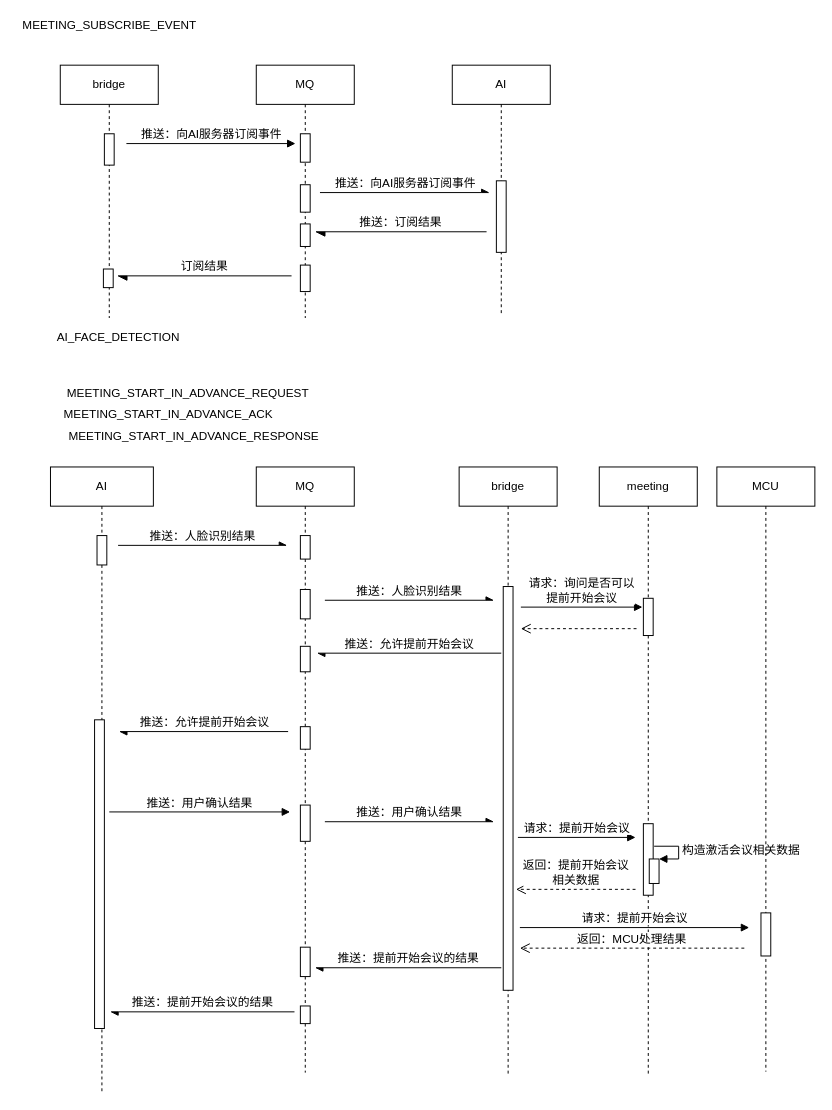
Before: page "提前开始会议" (1 of 3) of AI-meeting/AI-meeting.drawio in waterwatermelon/graph, a draw.io diagram. Source tidied: cells renumbered, new cells numbered last; positions are measured from the earlier drawing's top-left corner, leaving out a move shared by most shapes. Both pictures are drawn from the tidied source at 98%, with x=0, y=0 at pixel (17, 17).
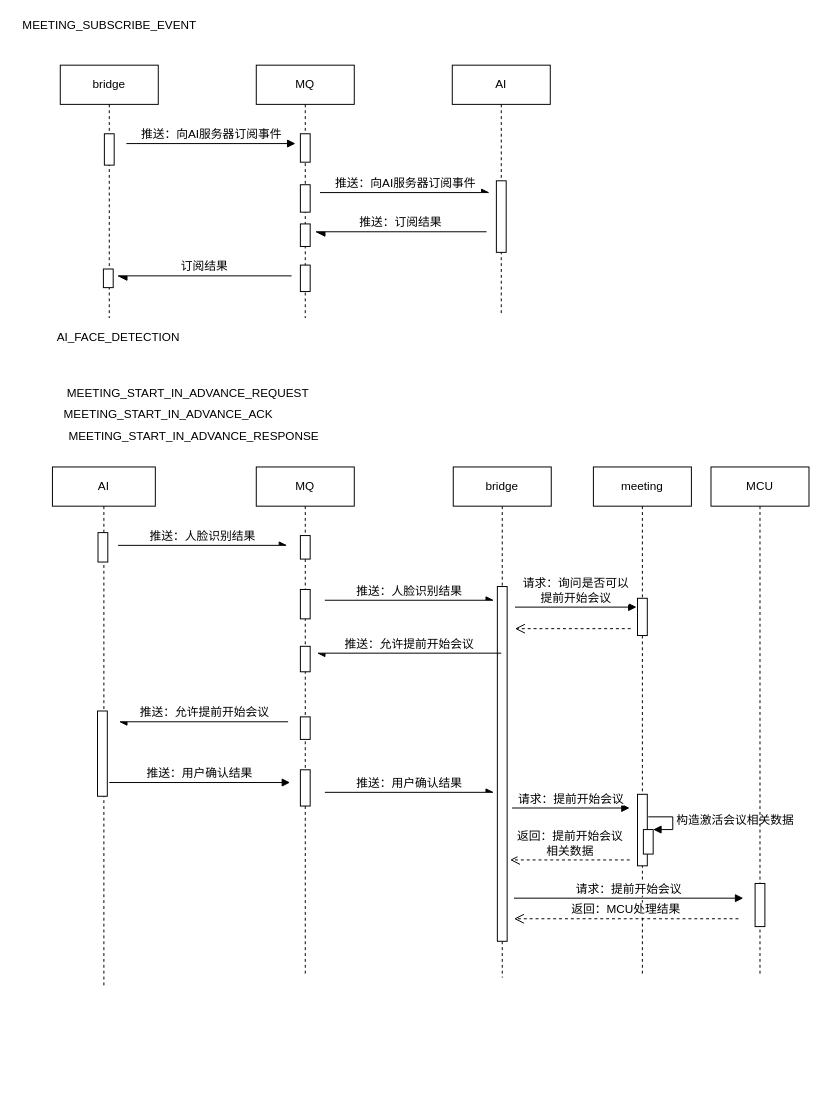
Above is the later version.

Change to the diagram source:
```diff
@@
     <mxCell id="16" value="AI" style="shape=umlLifeline;perimeter=lifelinePerimeter;whiteSpace=wrap;html=1;fontSize=12;" parent="1" vertex="1">
-      <mxGeometry x="34" y="459" width="105" height="639" as="geometry" />
+      <mxGeometry x="36" y="459" width="105" height="529" as="geometry" />
     </mxCell>
     <mxCell id="17" style="html=1;perimeter=orthogonalPerimeter;fontSize=12;" parent="16" vertex="1">
-      <mxGeometry x="47.5" y="70" width="10" height="30" as="geometry" />
+      <mxGeometry x="46.5" y="67" width="10" height="30" as="geometry" />
     </mxCell>
     <mxCell id="18" style="html=1;perimeter=orthogonalPerimeter;fontSize=12;" parent="16" vertex="1">
-      <mxGeometry x="45" y="258" width="10" height="315" as="geometry" />
+      <mxGeometry x="46" y="249" width="10" height="87" as="geometry" />
     </mxCell>
     <mxCell id="19" value="bridge" style="shape=umlLifeline;perimeter=lifelinePerimeter;whiteSpace=wrap;html=1;fontSize=12;" parent="1" vertex="1">
-      <mxGeometry x="451" y="459" width="100" height="621" as="geometry" />
+      <mxGeometry x="445" y="459" width="100" height="521" as="geometry" />
     </mxCell>
     <mxCell id="20" style="html=1;perimeter=orthogonalPerimeter;fontSize=12;" parent="19" vertex="1">
-      <mxGeometry x="45" y="122" width="10" height="412" as="geometry" />
+      <mxGeometry x="45" y="122" width="10" height="362" as="geometry" />
     </mxCell>
     <mxCell id="21" value="MQ" style="shape=umlLifeline;perimeter=lifelinePerimeter;whiteSpace=wrap;html=1;fontSize=12;" parent="1" vertex="1">
-      <mxGeometry x="244" y="459" width="100" height="618" as="geometry" />
+      <mxGeometry x="244" y="459" width="100" height="518" as="geometry" />
     </mxCell>
@@
     <mxCell id="24" style="html=1;perimeter=orthogonalPerimeter;fontSize=12;" parent="21" vertex="1">
-      <mxGeometry x="45" y="265" width="10" height="23" as="geometry" />
+      <mxGeometry x="45" y="255" width="10" height="23" as="geometry" />
     </mxCell>
     <mxCell id="25" style="html=1;perimeter=orthogonalPerimeter;fontSize=12;" parent="21" vertex="1">
-      <mxGeometry x="45" y="345" width="10" height="37" as="geometry" />
+      <mxGeometry x="45" y="309" width="10" height="37" as="geometry" />
     </mxCell>
@@
-    <mxCell id="27" style="html=1;perimeter=orthogonalPerimeter;fontSize=12;" parent="21" vertex="1">
-      <mxGeometry x="45" y="490" width="10" height="30" as="geometry" />
-    </mxCell>
-    <mxCell id="28" style="html=1;perimeter=orthogonalPerimeter;fontSize=12;" parent="21" vertex="1">
-      <mxGeometry x="45" y="550" width="10" height="18" as="geometry" />
-    </mxCell>
     <mxCell id="29" value="meeting" style="shape=umlLifeline;perimeter=lifelinePerimeter;whiteSpace=wrap;html=1;fontSize=12;" parent="1" vertex="1">
-      <mxGeometry x="594" y="459" width="100" height="619" as="geometry" />
+      <mxGeometry x="588" y="459" width="100" height="519" as="geometry" />
     </mxCell>
@@
     <mxCell id="31" style="html=1;perimeter=orthogonalPerimeter;fontSize=12;" parent="29" vertex="1">
-      <mxGeometry x="45" y="364" width="10" height="73" as="geometry" />
+      <mxGeometry x="45" y="334" width="10" height="73" as="geometry" />
     </mxCell>
     <mxCell id="32" style="html=1;points=[];perimeter=orthogonalPerimeter;" parent="29" vertex="1">
-      <mxGeometry x="51" y="400" width="10" height="25" as="geometry" />
+      <mxGeometry x="51" y="370" width="10" height="25" as="geometry" />
     </mxCell>
     <mxCell id="33" value="构造激活会议相关数据" style="edgeStyle=orthogonalEdgeStyle;html=1;align=left;spacingLeft=2;endArrow=block;rounded=0;entryX=1;entryY=0;fontSize=12;" parent="29" edge="1" target="32">
       <mxGeometry relative="1" as="geometry">
-        <mxPoint x="56" y="387" as="sourcePoint" />
+        <mxPoint x="56" y="357" as="sourcePoint" />
         <Array as="points">
-          <mxPoint x="81" y="387" />
-          <mxPoint x="81" y="400" />
+          <mxPoint x="81" y="357" />
+          <mxPoint x="81" y="370" />
         </Array>
       </mxGeometry>
     </mxCell>
@@
     <mxCell id="36" value="请求：询问是否可以&lt;br style=&quot;font-size: 12px;&quot;&gt;提前开始会议" style="html=1;verticalAlign=bottom;endArrow=block;fontSize=12;" parent="1" edge="1">
       <mxGeometry relative="1" as="geometry">
-        <mxPoint x="514" y="602" as="sourcePoint" />
-        <mxPoint x="638" y="602" as="targetPoint" />
+        <mxPoint x="508" y="602" as="sourcePoint" />
+        <mxPoint x="632" y="602" as="targetPoint" />
       </mxGeometry>
     </mxCell>
     <mxCell id="37" style="html=1;verticalAlign=bottom;endArrow=open;dashed=1;endSize=8;fontSize=12;" parent="1" edge="1">
       <mxGeometry relative="1" as="geometry">
-        <mxPoint x="632" y="624" as="sourcePoint" />
-        <mxPoint x="514" y="624" as="targetPoint" />
+        <mxPoint x="626" y="624" as="sourcePoint" />
+        <mxPoint x="508" y="624" as="targetPoint" />
       </mxGeometry>
     </mxCell>
@@
     <mxCell id="39" value="推送：允许提前开始会议" style="html=1;verticalAlign=bottom;endArrow=async;fontSize=12;endFill=1;" parent="1" edge="1">
       <mxGeometry relative="1" as="geometry">
-        <mxPoint x="276.5" y="729" as="sourcePoint" />
-        <mxPoint x="104" y="729" as="targetPoint" />
+        <mxPoint x="276.5" y="719" as="sourcePoint" />
+        <mxPoint x="104" y="719" as="targetPoint" />
       </mxGeometry>
     </mxCell>
     <mxCell id="40" value="推送：用户确认结果" style="html=1;verticalAlign=bottom;endArrow=async;fontSize=12;endFill=1;" parent="1" edge="1">
       <mxGeometry relative="1" as="geometry">
-        <mxPoint x="314" y="821" as="sourcePoint" />
-        <mxPoint x="486.5" y="821" as="targetPoint" />
+        <mxPoint x="314" y="791" as="sourcePoint" />
+        <mxPoint x="486.5" y="791" as="targetPoint" />
       </mxGeometry>
     </mxCell>
     <mxCell id="41" value="MCU" style="shape=umlLifeline;perimeter=lifelinePerimeter;whiteSpace=wrap;html=1;fontSize=12;" parent="1" vertex="1">
-      <mxGeometry x="714" y="459" width="100" height="617" as="geometry" />
+      <mxGeometry x="708" y="459" width="100" height="517" as="geometry" />
     </mxCell>
     <mxCell id="42" style="html=1;perimeter=orthogonalPerimeter;fontSize=12;" parent="41" vertex="1">
-      <mxGeometry x="45" y="455" width="10" height="44" as="geometry" />
+      <mxGeometry x="45" y="425" width="10" height="44" as="geometry" />
     </mxCell>
     <mxCell id="43" value="返回：提前开始会议&lt;br&gt;相关数据" style="html=1;verticalAlign=bottom;endArrow=open;dashed=1;endSize=8;fontSize=12;" parent="1" edge="1">
       <mxGeometry relative="1" as="geometry">
-        <mxPoint x="631" y="890" as="sourcePoint" />
-        <mxPoint x="509" y="890" as="targetPoint" />
+        <mxPoint x="625" y="860" as="sourcePoint" />
+        <mxPoint x="503" y="860" as="targetPoint" />
       </mxGeometry>
     </mxCell>
-    <mxCell id="44" value="推送：提前开始会议的结果" style="html=1;verticalAlign=bottom;endArrow=async;fontSize=12;endFill=1;" parent="1" edge="1">
-      <mxGeometry relative="1" as="geometry">
-        <mxPoint x="494" y="970" as="sourcePoint" />
-        <mxPoint x="304" y="970" as="targetPoint" />
-      </mxGeometry>
-    </mxCell>
-    <mxCell id="45" value="推送：提前开始会议的结果" style="html=1;verticalAlign=bottom;endArrow=async;fontSize=12;endFill=1;" parent="1" edge="1">
-      <mxGeometry relative="1" as="geometry">
-        <mxPoint x="283" y="1015" as="sourcePoint" />
-        <mxPoint x="95" y="1015" as="targetPoint" />
-      </mxGeometry>
-    </mxCell>
@@
     <mxCell id="51" value="推送：用户确认结果" style="html=1;verticalAlign=bottom;endArrow=block;fontSize=12;" parent="1" edge="1">
       <mxGeometry relative="1" as="geometry">
-        <mxPoint x="94" y="811" as="sourcePoint" />
-        <mxPoint x="278.5" y="811" as="targetPoint" />
+        <mxPoint x="94" y="781" as="sourcePoint" />
+        <mxPoint x="278.5" y="781" as="targetPoint" />
       </mxGeometry>
     </mxCell>
     <mxCell id="52" value="请求：提前开始会议" style="html=1;verticalAlign=bottom;endArrow=block;fontSize=12;" parent="1" edge="1">
       <mxGeometry relative="1" as="geometry">
-        <mxPoint x="511" y="837" as="sourcePoint" />
-        <mxPoint x="631" y="837" as="targetPoint" />
+        <mxPoint x="505" y="807" as="sourcePoint" />
+        <mxPoint x="625" y="807" as="targetPoint" />
       </mxGeometry>
     </mxCell>
     <mxCell id="53" value="请求：提前开始会议" style="html=1;verticalAlign=bottom;endArrow=block;fontSize=12;" parent="1" edge="1">
       <mxGeometry relative="1" as="geometry">
-        <mxPoint x="513" y="929" as="sourcePoint" />
-        <mxPoint x="747" y="929" as="targetPoint" />
+        <mxPoint x="507" y="899" as="sourcePoint" />
+        <mxPoint x="741" y="899" as="targetPoint" />
       </mxGeometry>
     </mxCell>
     <mxCell id="54" value="返回：MCU处理结果" style="html=1;verticalAlign=bottom;endArrow=open;dashed=1;endSize=8;fontSize=12;" parent="1" edge="1">
       <mxGeometry relative="1" as="geometry">
-        <mxPoint x="742" y="950" as="sourcePoint" />
-        <mxPoint x="513" y="950" as="targetPoint" />
+        <mxPoint x="736" y="920" as="sourcePoint" />
+        <mxPoint x="507" y="920" as="targetPoint" />
       </mxGeometry>
     </mxCell>
```
